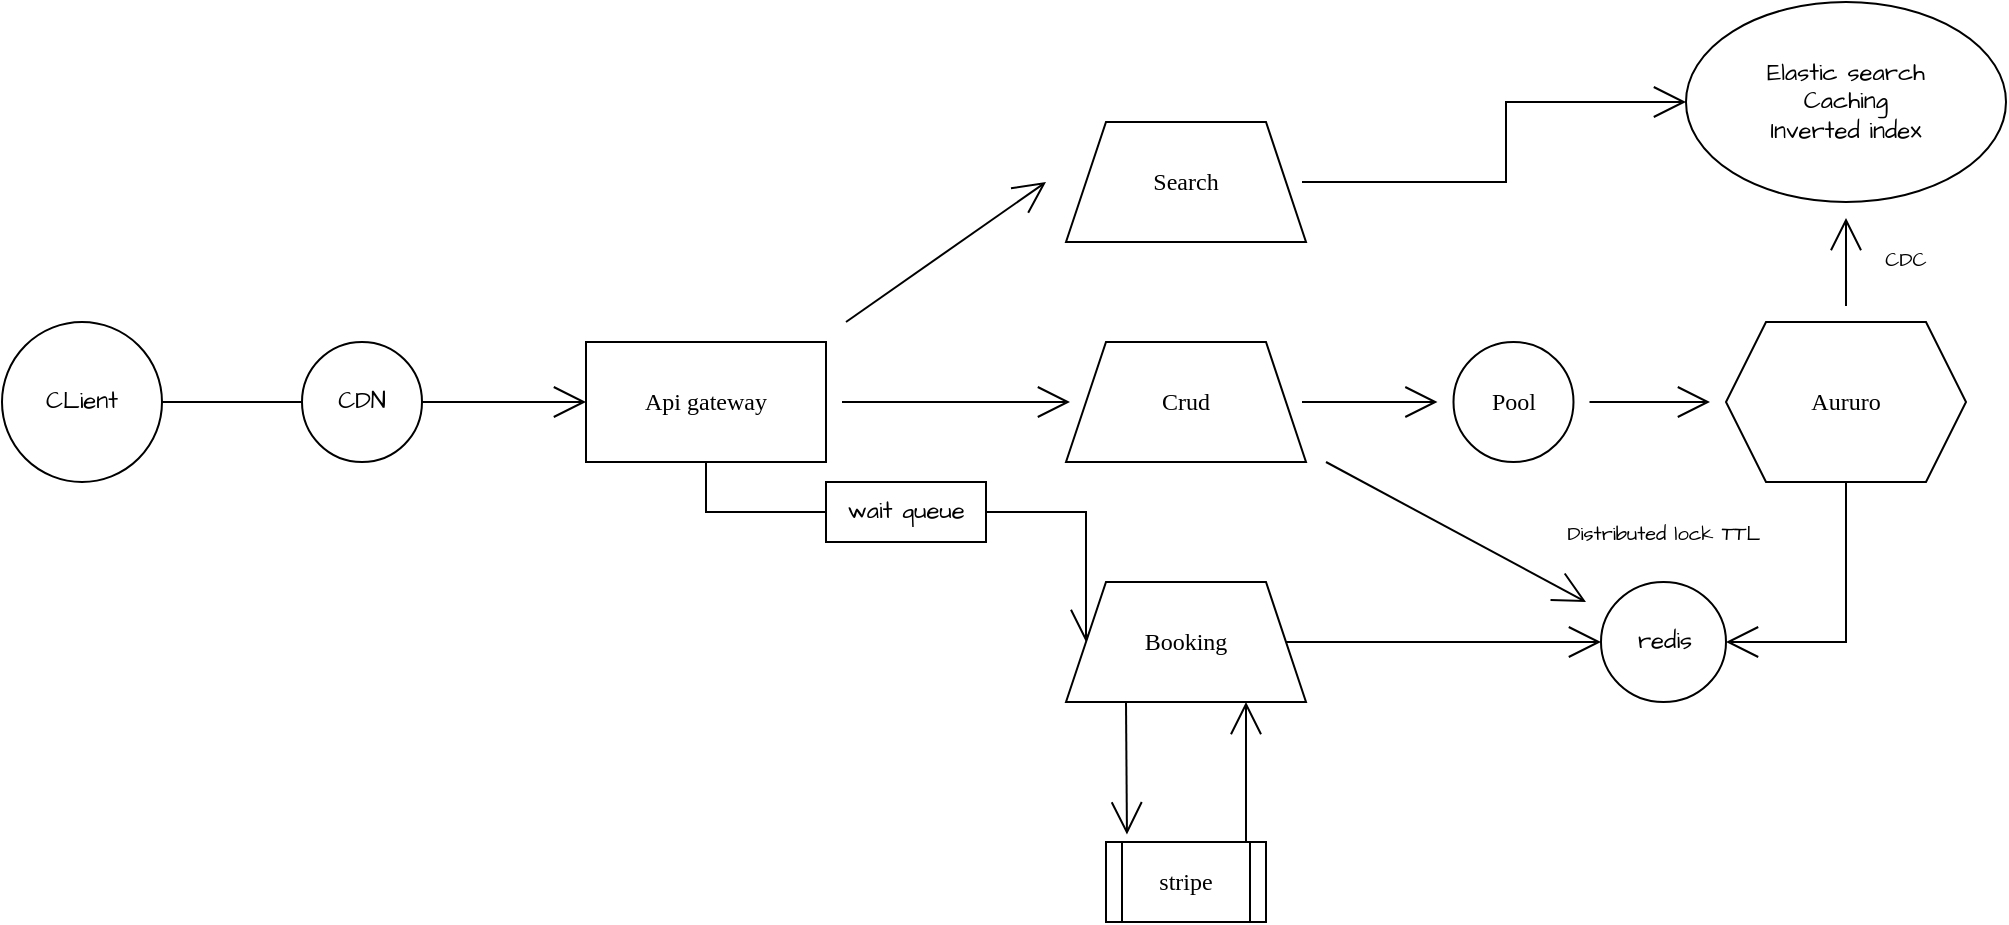
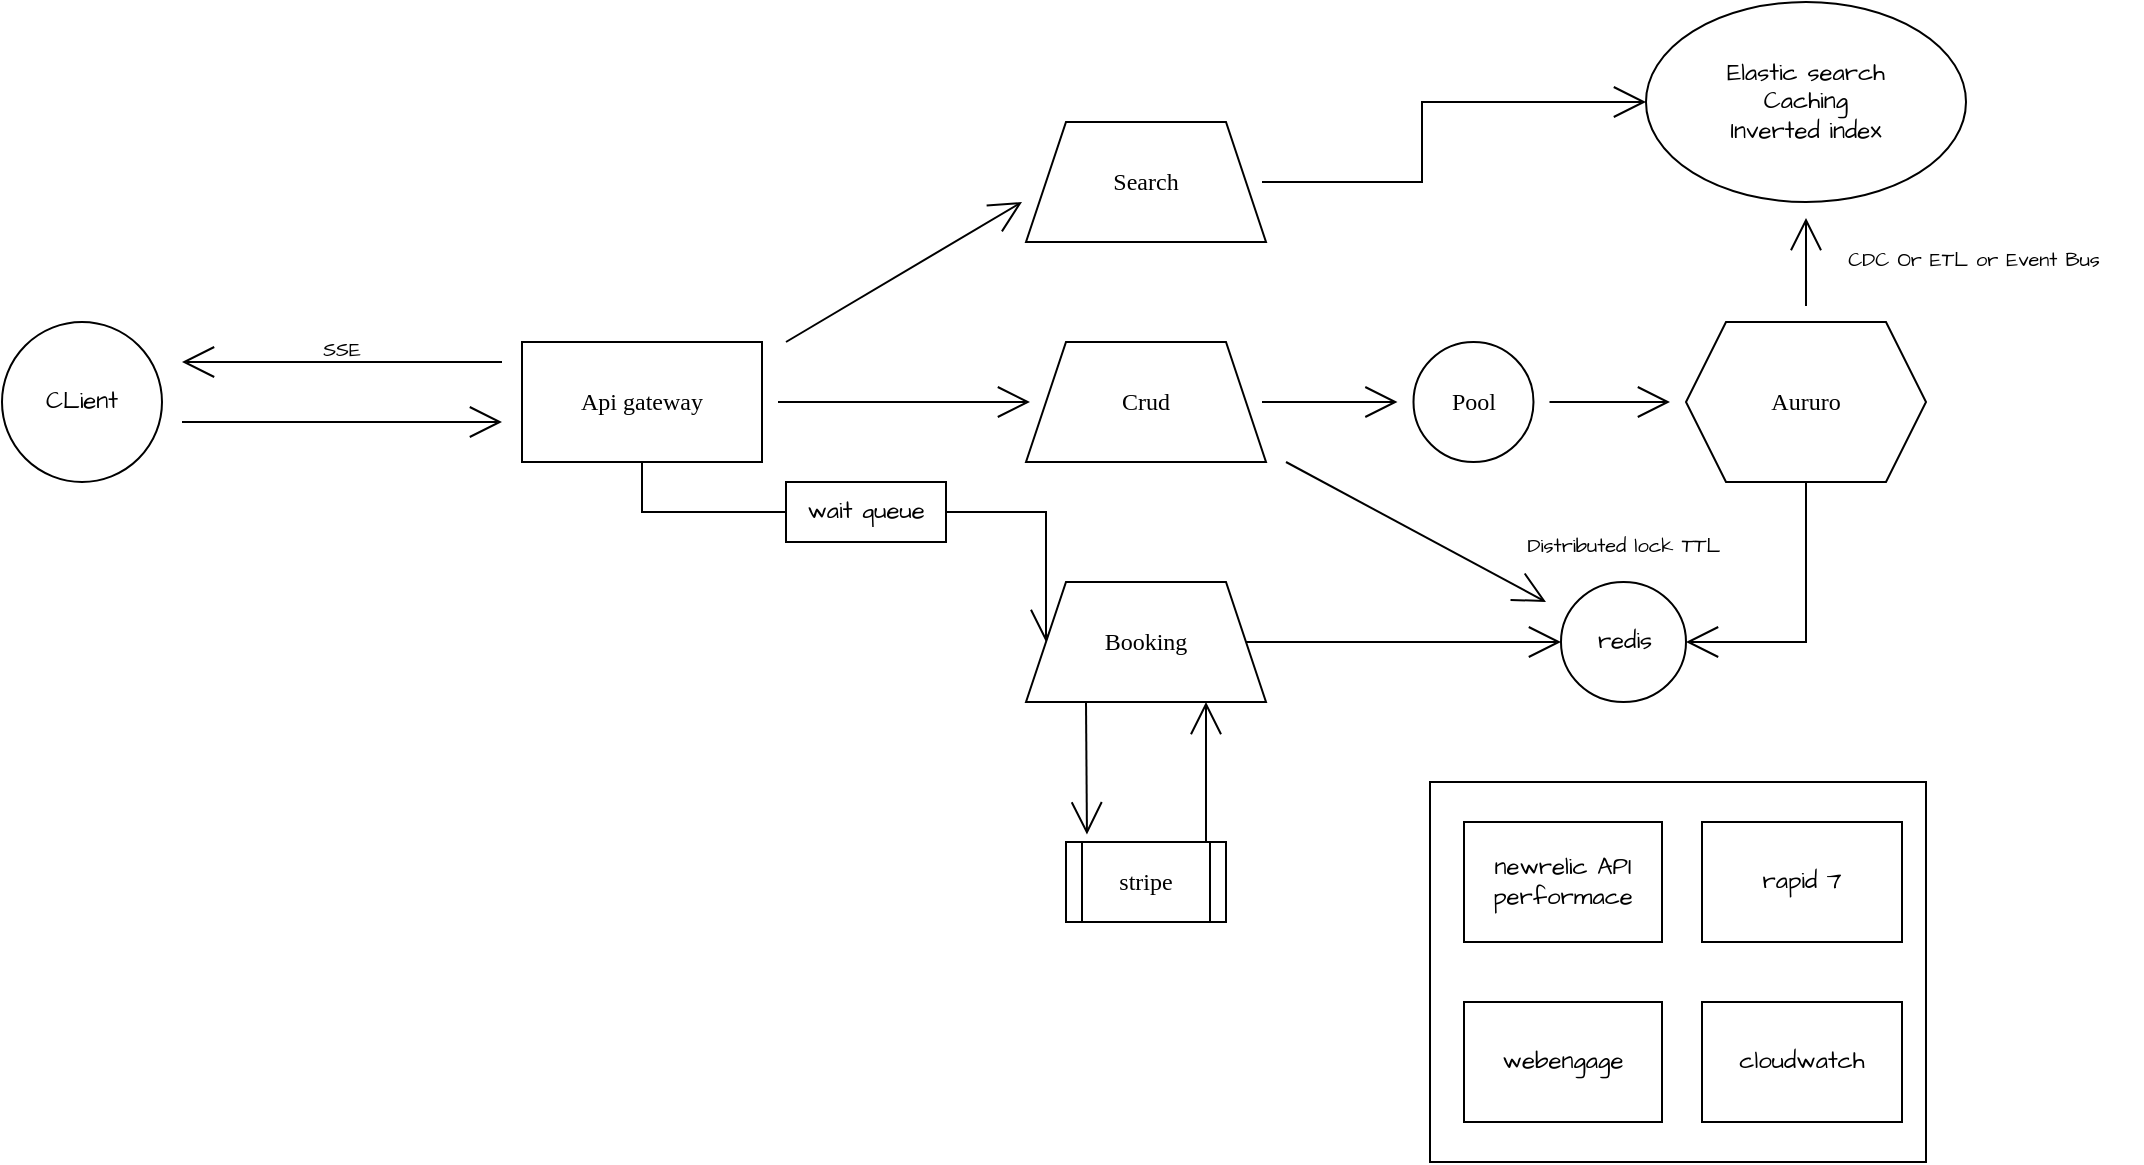
<mxfile host="app.diagrams.net" agent="5.0 (Windows NT 10.0; Win64; x64) AppleWebKit/537.36 (KHTML, like Gecko) Chrome/96.0.4664.93 Safari/537.36">
  <diagram id="Ht1M8jgEwFfnCIfOTk4-" name="Page-1">
    <mxGraphModel dx="1506" dy="688" grid="1" gridSize="10" guides="1" tooltips="1" connect="1" arrows="1" fold="1" page="1" pageScale="1" pageWidth="1169" pageHeight="827" math="0" shadow="0">
      <root>
        <mxCell id="0" />
        <mxCell id="1" parent="0" />
        <mxCell id="67bCBKCydI8KBQZZ1gRH-11" edge="1" parent="1" source="67bCBKCydI8KBQZZ1gRH-1" style="edgeStyle=none;curved=1;rounded=0;orthogonalLoop=1;jettySize=auto;html=1;fontFamily=Verdana;fontSize=16;startSize=14;endArrow=open;endSize=14;sourcePerimeterSpacing=8;targetPerimeterSpacing=8;" target="67bCBKCydI8KBQZZ1gRH-3" value="">
          <mxGeometry relative="1" as="geometry" />
        </mxCell>
        <mxCell id="67bCBKCydI8KBQZZ1gRH-25" edge="1" parent="1" source="67bCBKCydI8KBQZZ1gRH-1" style="edgeStyle=orthogonalEdgeStyle;rounded=0;orthogonalLoop=1;jettySize=auto;html=1;exitX=0.5;exitY=1;exitDx=0;exitDy=0;entryX=0;entryY=0.5;entryDx=0;entryDy=0;fontFamily=Architects Daughter;fontSource=https%3A%2F%2Ffonts.googleapis.com%2Fcss%3Ffamily%3DArchitects%2BDaughter;fontSize=16;startSize=14;endArrow=open;endSize=14;sourcePerimeterSpacing=8;targetPerimeterSpacing=8;" target="67bCBKCydI8KBQZZ1gRH-4">
          <mxGeometry relative="1" as="geometry" />
        </mxCell>
        <mxCell id="67bCBKCydI8KBQZZ1gRH-1" parent="1" style="rounded=0;whiteSpace=wrap;html=1;fontFamily=Verdana;" value="Api gateway" vertex="1">
-           <mxGeometry height="60" width="120" x="342" y="330" as="geometry" />
+           <mxGeometry height="60" width="120" x="330" y="330" as="geometry" />
        </mxCell>
        <mxCell id="67bCBKCydI8KBQZZ1gRH-30" edge="1" parent="1" source="67bCBKCydI8KBQZZ1gRH-2" style="edgeStyle=orthogonalEdgeStyle;rounded=0;orthogonalLoop=1;jettySize=auto;html=1;entryX=0;entryY=0.5;entryDx=0;entryDy=0;fontFamily=Architects Daughter;fontSource=https%3A%2F%2Ffonts.googleapis.com%2Fcss%3Ffamily%3DArchitects%2BDaughter;fontSize=16;startSize=14;endArrow=open;endSize=14;sourcePerimeterSpacing=8;targetPerimeterSpacing=8;" target="67bCBKCydI8KBQZZ1gRH-27">
          <mxGeometry relative="1" as="geometry">
            <Array as="points">
-               <mxPoint x="802" y="250" />
-               <mxPoint x="802" y="210" />
+               <mxPoint x="780" y="250" />
+               <mxPoint x="780" y="210" />
            </Array>
          </mxGeometry>
        </mxCell>
        <mxCell id="67bCBKCydI8KBQZZ1gRH-2" parent="1" style="shape=trapezoid;perimeter=trapezoidPerimeter;whiteSpace=wrap;html=1;fixedSize=1;fontFamily=Verdana;" value="Search" vertex="1">
          <mxGeometry height="60" width="120" x="582" y="220" as="geometry" />
        </mxCell>
        <mxCell id="67bCBKCydI8KBQZZ1gRH-14" edge="1" parent="1" source="67bCBKCydI8KBQZZ1gRH-15" style="edgeStyle=none;curved=1;rounded=0;orthogonalLoop=1;jettySize=auto;html=1;fontFamily=Verdana;fontSize=16;startSize=14;endArrow=open;endSize=14;sourcePerimeterSpacing=8;targetPerimeterSpacing=8;" target="67bCBKCydI8KBQZZ1gRH-13" value="">
          <mxGeometry relative="1" as="geometry" />
        </mxCell>
        <mxCell id="67bCBKCydI8KBQZZ1gRH-36" edge="1" parent="1" style="edgeStyle=none;curved=1;rounded=0;orthogonalLoop=1;jettySize=auto;html=1;fontFamily=Architects Daughter;fontSource=https%3A%2F%2Ffonts.googleapis.com%2Fcss%3Ffamily%3DArchitects%2BDaughter;fontSize=16;startSize=14;endArrow=open;endSize=14;sourcePerimeterSpacing=8;targetPerimeterSpacing=8;">
          <mxGeometry relative="1" as="geometry">
            <mxPoint x="712" y="390" as="sourcePoint" />
            <mxPoint x="842" y="460" as="targetPoint" />
          </mxGeometry>
        </mxCell>
        <mxCell id="67bCBKCydI8KBQZZ1gRH-3" parent="1" style="shape=trapezoid;perimeter=trapezoidPerimeter;whiteSpace=wrap;html=1;fixedSize=1;fontFamily=Verdana;" value="Crud" vertex="1">
          <mxGeometry height="60" width="120" x="582" y="330" as="geometry" />
        </mxCell>
        <mxCell id="67bCBKCydI8KBQZZ1gRH-38" edge="1" parent="1" source="67bCBKCydI8KBQZZ1gRH-4" style="edgeStyle=none;curved=1;rounded=0;orthogonalLoop=1;jettySize=auto;html=1;exitX=1;exitY=0.5;exitDx=0;exitDy=0;entryX=0;entryY=0.5;entryDx=0;entryDy=0;fontFamily=Architects Daughter;fontSource=https%3A%2F%2Ffonts.googleapis.com%2Fcss%3Ffamily%3DArchitects%2BDaughter;fontSize=16;startSize=14;endArrow=open;endSize=14;sourcePerimeterSpacing=8;targetPerimeterSpacing=8;" target="67bCBKCydI8KBQZZ1gRH-18">
          <mxGeometry relative="1" as="geometry" />
        </mxCell>
        <mxCell id="67bCBKCydI8KBQZZ1gRH-4" parent="1" style="shape=trapezoid;perimeter=trapezoidPerimeter;whiteSpace=wrap;html=1;fixedSize=1;fontFamily=Verdana;" value="Booking" vertex="1">
          <mxGeometry height="60" width="120" x="582" y="450" as="geometry" />
        </mxCell>
        <mxCell id="67bCBKCydI8KBQZZ1gRH-5" parent="1" style="shape=process;whiteSpace=wrap;html=1;backgroundOutline=1;fontFamily=Verdana;" value="stripe" vertex="1">
          <mxGeometry height="40" width="80" x="602" y="580" as="geometry" />
        </mxCell>
        <mxCell id="67bCBKCydI8KBQZZ1gRH-7" edge="1" parent="1" source="67bCBKCydI8KBQZZ1gRH-4" style="edgeStyle=none;curved=1;rounded=0;orthogonalLoop=1;jettySize=auto;html=1;exitX=0.25;exitY=1;exitDx=0;exitDy=0;entryX=0.131;entryY=-0.095;entryDx=0;entryDy=0;entryPerimeter=0;fontFamily=Verdana;fontSize=16;startSize=14;endArrow=open;endSize=14;sourcePerimeterSpacing=8;targetPerimeterSpacing=8;" target="67bCBKCydI8KBQZZ1gRH-5">
          <mxGeometry relative="1" as="geometry" />
        </mxCell>
        <mxCell id="67bCBKCydI8KBQZZ1gRH-8" edge="1" parent="1" style="edgeStyle=none;curved=1;rounded=0;orthogonalLoop=1;jettySize=auto;html=1;entryX=0.75;entryY=1;entryDx=0;entryDy=0;fontFamily=Verdana;fontSize=16;startSize=14;endArrow=open;endSize=14;sourcePerimeterSpacing=8;targetPerimeterSpacing=8;" target="67bCBKCydI8KBQZZ1gRH-4">
          <mxGeometry relative="1" as="geometry">
            <mxPoint x="672" y="580" as="sourcePoint" />
          </mxGeometry>
        </mxCell>
        <mxCell id="67bCBKCydI8KBQZZ1gRH-28" edge="1" parent="1" source="67bCBKCydI8KBQZZ1gRH-13" style="edgeStyle=none;curved=1;rounded=0;orthogonalLoop=1;jettySize=auto;html=1;fontFamily=Architects Daughter;fontSource=https%3A%2F%2Ffonts.googleapis.com%2Fcss%3Ffamily%3DArchitects%2BDaughter;fontSize=16;startSize=14;endArrow=open;endSize=14;sourcePerimeterSpacing=8;targetPerimeterSpacing=8;" target="67bCBKCydI8KBQZZ1gRH-27" value="">
          <mxGeometry relative="1" as="geometry" />
        </mxCell>
        <mxCell id="67bCBKCydI8KBQZZ1gRH-35" edge="1" parent="1" source="67bCBKCydI8KBQZZ1gRH-13" style="edgeStyle=orthogonalEdgeStyle;rounded=0;orthogonalLoop=1;jettySize=auto;html=1;exitX=0.5;exitY=1;exitDx=0;exitDy=0;entryX=1;entryY=0.5;entryDx=0;entryDy=0;fontFamily=Architects Daughter;fontSource=https%3A%2F%2Ffonts.googleapis.com%2Fcss%3Ffamily%3DArchitects%2BDaughter;fontSize=16;startSize=14;endArrow=open;endSize=14;sourcePerimeterSpacing=8;targetPerimeterSpacing=8;" target="67bCBKCydI8KBQZZ1gRH-18">
          <mxGeometry relative="1" as="geometry" />
        </mxCell>
        <mxCell id="67bCBKCydI8KBQZZ1gRH-13" parent="1" style="shape=hexagon;perimeter=hexagonPerimeter2;whiteSpace=wrap;html=1;fixedSize=1;fontFamily=Verdana;" value="Aururo" vertex="1">
          <mxGeometry height="80" width="120" x="912" y="320" as="geometry" />
        </mxCell>
        <mxCell id="67bCBKCydI8KBQZZ1gRH-16" edge="1" parent="1" source="67bCBKCydI8KBQZZ1gRH-3" style="edgeStyle=none;curved=1;rounded=0;orthogonalLoop=1;jettySize=auto;html=1;fontFamily=Verdana;fontSize=16;startSize=14;endArrow=open;endSize=14;sourcePerimeterSpacing=8;targetPerimeterSpacing=8;" target="67bCBKCydI8KBQZZ1gRH-15" value="">
          <mxGeometry relative="1" as="geometry">
            <mxPoint x="700" y="360" as="sourcePoint" />
            <mxPoint x="904" y="360" as="targetPoint" />
          </mxGeometry>
        </mxCell>
        <mxCell id="67bCBKCydI8KBQZZ1gRH-15" parent="1" style="ellipse;whiteSpace=wrap;html=1;fontFamily=Verdana;" value="Pool" vertex="1">
          <mxGeometry height="60" width="60" x="775.75" y="330" as="geometry" />
        </mxCell>
        <mxCell id="67bCBKCydI8KBQZZ1gRH-18" parent="1" style="ellipse;whiteSpace=wrap;html=1;fontFamily=Architects Daughter;fontSource=https%3A%2F%2Ffonts.googleapis.com%2Fcss%3Ffamily%3DArchitects%2BDaughter;" value="redis" vertex="1">
          <mxGeometry height="60" width="62.5" x="849.5" y="450" as="geometry" />
        </mxCell>
        <mxCell id="67bCBKCydI8KBQZZ1gRH-20" parent="1" style="text;html=1;whiteSpace=wrap;strokeColor=none;fillColor=none;align=center;verticalAlign=middle;rounded=0;fontSize=20;fontFamily=Architects Daughter;fontSource=https%3A%2F%2Ffonts.googleapis.com%2Fcss%3Ffamily%3DArchitects%2BDaughter;" value="&lt;font style=&quot;font-size: 10px;&quot;&gt;Distributed lock TTL&lt;/font&gt;" vertex="1">
-           <mxGeometry height="16" width="116.25" x="822.63" y="414" as="geometry" />
+           <mxGeometry height="16" width="116.25" x="822.62" y="420" as="geometry" />
        </mxCell>
        <mxCell id="67bCBKCydI8KBQZZ1gRH-21" parent="1" style="rounded=0;whiteSpace=wrap;html=1;fontFamily=Architects Daughter;fontSource=https%3A%2F%2Ffonts.googleapis.com%2Fcss%3Ffamily%3DArchitects%2BDaughter;" value="wait queue" vertex="1">
          <mxGeometry height="30" width="80" x="462" y="400" as="geometry" />
        </mxCell>
        <mxCell id="67bCBKCydI8KBQZZ1gRH-27" parent="1" style="ellipse;whiteSpace=wrap;html=1;fontFamily=Architects Daughter;fontSource=https%3A%2F%2Ffonts.googleapis.com%2Fcss%3Ffamily%3DArchitects%2BDaughter;" value="Elastic search&lt;br&gt;Caching&lt;br&gt;Inverted index" vertex="1">
          <mxGeometry height="100" width="160" x="892" y="160" as="geometry" />
        </mxCell>
-         <mxCell id="67bCBKCydI8KBQZZ1gRH-29" parent="1" style="text;html=1;whiteSpace=wrap;strokeColor=none;fillColor=none;align=center;verticalAlign=middle;rounded=0;fontSize=20;fontFamily=Architects Daughter;fontSource=https%3A%2F%2Ffonts.googleapis.com%2Fcss%3Ffamily%3DArchitects%2BDaughter;" value="&lt;font style=&quot;font-size: 10px;&quot;&gt;CDC&lt;/font&gt;" vertex="1">
-           <mxGeometry height="30" width="60" x="972" y="270" as="geometry" />
+         <mxCell id="67bCBKCydI8KBQZZ1gRH-29" parent="1" style="text;html=1;whiteSpace=wrap;strokeColor=none;fillColor=none;align=center;verticalAlign=middle;rounded=0;fontSize=20;fontFamily=Architects Daughter;fontSource=https%3A%2F%2Ffonts.googleapis.com%2Fcss%3Ffamily%3DArchitects%2BDaughter;" value="&lt;font style=&quot;font-size: 10px;&quot;&gt;CDC Or ETL or Event Bus&lt;/font&gt;" vertex="1">
+           <mxGeometry height="30" width="168" x="972" y="270" as="geometry" />
        </mxCell>
        <mxCell id="67bCBKCydI8KBQZZ1gRH-34" edge="1" parent="1" style="edgeStyle=none;curved=1;rounded=0;orthogonalLoop=1;jettySize=auto;html=1;fontFamily=Verdana;fontSize=16;startSize=14;endArrow=open;endSize=14;sourcePerimeterSpacing=8;targetPerimeterSpacing=8;" value="">
          <mxGeometry relative="1" as="geometry">
-             <mxPoint x="472" y="320" as="sourcePoint" />
-             <mxPoint x="572" y="250" as="targetPoint" />
+             <mxPoint x="462" y="330" as="sourcePoint" />
+             <mxPoint x="580" y="260" as="targetPoint" />
          </mxGeometry>
        </mxCell>
-         <mxCell id="67bCBKCydI8KBQZZ1gRH-41" edge="1" parent="1" source="67bCBKCydI8KBQZZ1gRH-39" style="edgeStyle=none;curved=1;rounded=0;orthogonalLoop=1;jettySize=auto;html=1;exitX=1;exitY=0.5;exitDx=0;exitDy=0;entryX=0;entryY=0.5;entryDx=0;entryDy=0;fontFamily=Architects Daughter;fontSource=https%3A%2F%2Ffonts.googleapis.com%2Fcss%3Ffamily%3DArchitects%2BDaughter;fontSize=16;startSize=14;endArrow=open;endSize=14;sourcePerimeterSpacing=8;targetPerimeterSpacing=8;" target="67bCBKCydI8KBQZZ1gRH-1">
-           <mxGeometry relative="1" as="geometry" />
+         <mxCell id="67bCBKCydI8KBQZZ1gRH-39" parent="1" style="ellipse;whiteSpace=wrap;html=1;fontFamily=Architects Daughter;fontSource=https%3A%2F%2Ffonts.googleapis.com%2Fcss%3Ffamily%3DArchitects%2BDaughter;" value="CLient" vertex="1">
+           <mxGeometry height="80" width="80" x="70" y="320" as="geometry" />
        </mxCell>
-         <mxCell id="67bCBKCydI8KBQZZ1gRH-39" parent="1" style="ellipse;whiteSpace=wrap;html=1;fontFamily=Architects Daughter;fontSource=https%3A%2F%2Ffonts.googleapis.com%2Fcss%3Ffamily%3DArchitects%2BDaughter;" value="CLient" vertex="1">
-           <mxGeometry height="80" width="80" x="50" y="320" as="geometry" />
+         <mxCell id="67bCBKCydI8KBQZZ1gRH-46" edge="1" parent="1" style="edgeStyle=none;orthogonalLoop=1;jettySize=auto;html=1;rounded=0;fontFamily=Architects Daughter;fontSource=https%3A%2F%2Ffonts.googleapis.com%2Fcss%3Ffamily%3DArchitects%2BDaughter;fontSize=16;startSize=14;endArrow=open;endSize=14;sourcePerimeterSpacing=8;targetPerimeterSpacing=8;curved=1;" value="">
+           <mxGeometry relative="1" width="140" as="geometry">
+             <Array as="points" />
+             <mxPoint x="160" y="370" as="sourcePoint" />
+             <mxPoint x="320" y="370" as="targetPoint" />
+           </mxGeometry>
        </mxCell>
-         <mxCell id="67bCBKCydI8KBQZZ1gRH-42" parent="1" style="ellipse;whiteSpace=wrap;html=1;fontFamily=Architects Daughter;fontSource=https%3A%2F%2Ffonts.googleapis.com%2Fcss%3Ffamily%3DArchitects%2BDaughter;" value="CDN" vertex="1">
-           <mxGeometry height="60" width="60" x="200" y="330" as="geometry" />
+         <mxCell id="67bCBKCydI8KBQZZ1gRH-47" edge="1" parent="1" style="edgeStyle=none;orthogonalLoop=1;jettySize=auto;html=1;rounded=0;fontFamily=Architects Daughter;fontSource=https%3A%2F%2Ffonts.googleapis.com%2Fcss%3Ffamily%3DArchitects%2BDaughter;fontSize=16;startSize=14;endArrow=open;endSize=14;sourcePerimeterSpacing=8;targetPerimeterSpacing=8;curved=1;" value="">
+           <mxGeometry relative="1" width="140" as="geometry">
+             <Array as="points" />
+             <mxPoint x="320" y="340" as="sourcePoint" />
+             <mxPoint x="160" y="340" as="targetPoint" />
+           </mxGeometry>
+         </mxCell>
+         <mxCell id="67bCBKCydI8KBQZZ1gRH-48" parent="1" style="text;html=1;whiteSpace=wrap;strokeColor=none;fillColor=none;align=center;verticalAlign=middle;rounded=0;fontSize=20;fontFamily=Architects Daughter;fontSource=https%3A%2F%2Ffonts.googleapis.com%2Fcss%3Ffamily%3DArchitects%2BDaughter;" value="&lt;font style=&quot;font-size: 10px;&quot;&gt;SSE&lt;/font&gt;" vertex="1">
+           <mxGeometry height="20" width="40" x="220" y="320" as="geometry" />
+         </mxCell>
+         <mxCell id="67bCBKCydI8KBQZZ1gRH-61" parent="1" style="rounded=0;whiteSpace=wrap;html=1;fontFamily=Architects Daughter;fontSource=https%3A%2F%2Ffonts.googleapis.com%2Fcss%3Ffamily%3DArchitects%2BDaughter;" value="" vertex="1">
+           <mxGeometry height="190" width="248" x="784" y="550" as="geometry" />
+         </mxCell>
+         <mxCell id="67bCBKCydI8KBQZZ1gRH-62" parent="1" style="rounded=0;whiteSpace=wrap;html=1;fontFamily=Architects Daughter;fontSource=https%3A%2F%2Ffonts.googleapis.com%2Fcss%3Ffamily%3DArchitects%2BDaughter;" value="newrelic API performace" vertex="1">
+           <mxGeometry height="60" width="99" x="801" y="570" as="geometry" />
+         </mxCell>
+         <mxCell id="67bCBKCydI8KBQZZ1gRH-64" parent="1" style="rounded=0;whiteSpace=wrap;html=1;fontFamily=Architects Daughter;fontSource=https%3A%2F%2Ffonts.googleapis.com%2Fcss%3Ffamily%3DArchitects%2BDaughter;" value="rapid 7" vertex="1">
+           <mxGeometry height="60" width="100" x="920" y="570" as="geometry" />
+         </mxCell>
+         <mxCell id="67bCBKCydI8KBQZZ1gRH-66" parent="1" style="rounded=0;whiteSpace=wrap;html=1;fontFamily=Architects Daughter;fontSource=https%3A%2F%2Ffonts.googleapis.com%2Fcss%3Ffamily%3DArchitects%2BDaughter;" value="webengage" vertex="1">
+           <mxGeometry height="60" width="99" x="801" y="660" as="geometry" />
+         </mxCell>
+         <mxCell id="67bCBKCydI8KBQZZ1gRH-67" parent="1" style="rounded=0;whiteSpace=wrap;html=1;fontFamily=Architects Daughter;fontSource=https%3A%2F%2Ffonts.googleapis.com%2Fcss%3Ffamily%3DArchitects%2BDaughter;" value="cloudwatch" vertex="1">
+           <mxGeometry height="60" width="100" x="920" y="660" as="geometry" />
        </mxCell>
      </root>
    </mxGraphModel>
  </diagram>
</mxfile>
